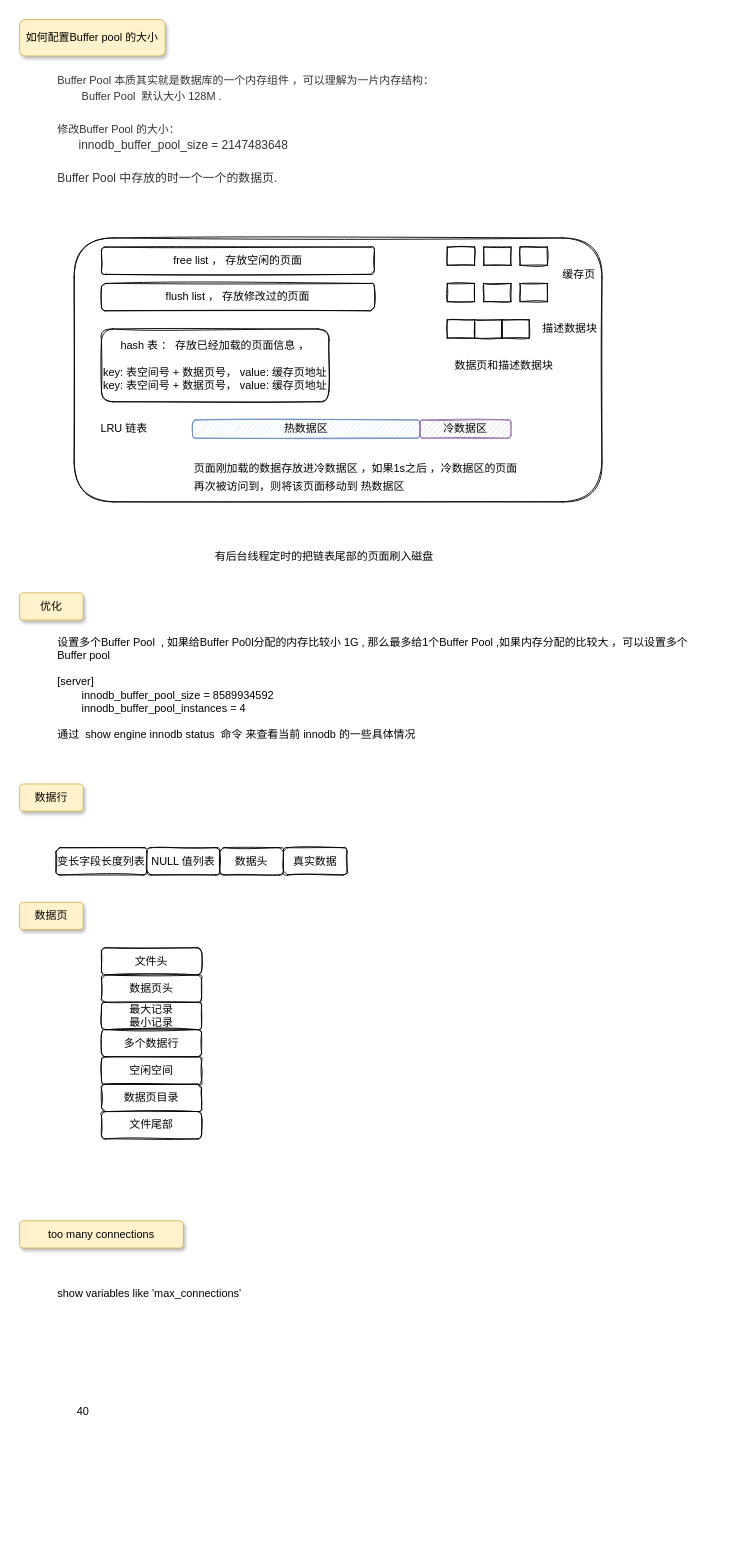
topyuluo/photo-project keeps this draw.io diagram as page "Buffer Pool" (2 of 3) of mysql 实战优化 .drawio. Above is the earlier version. Source tidied: cells renumbered, new cells numbered last; positions are measured from the earlier drawing's top-left corner, leaving out a move shared by most shapes. Both pictures are drawn from the tidied source at 91%, with x=0, y=0 at pixel (19, 19).
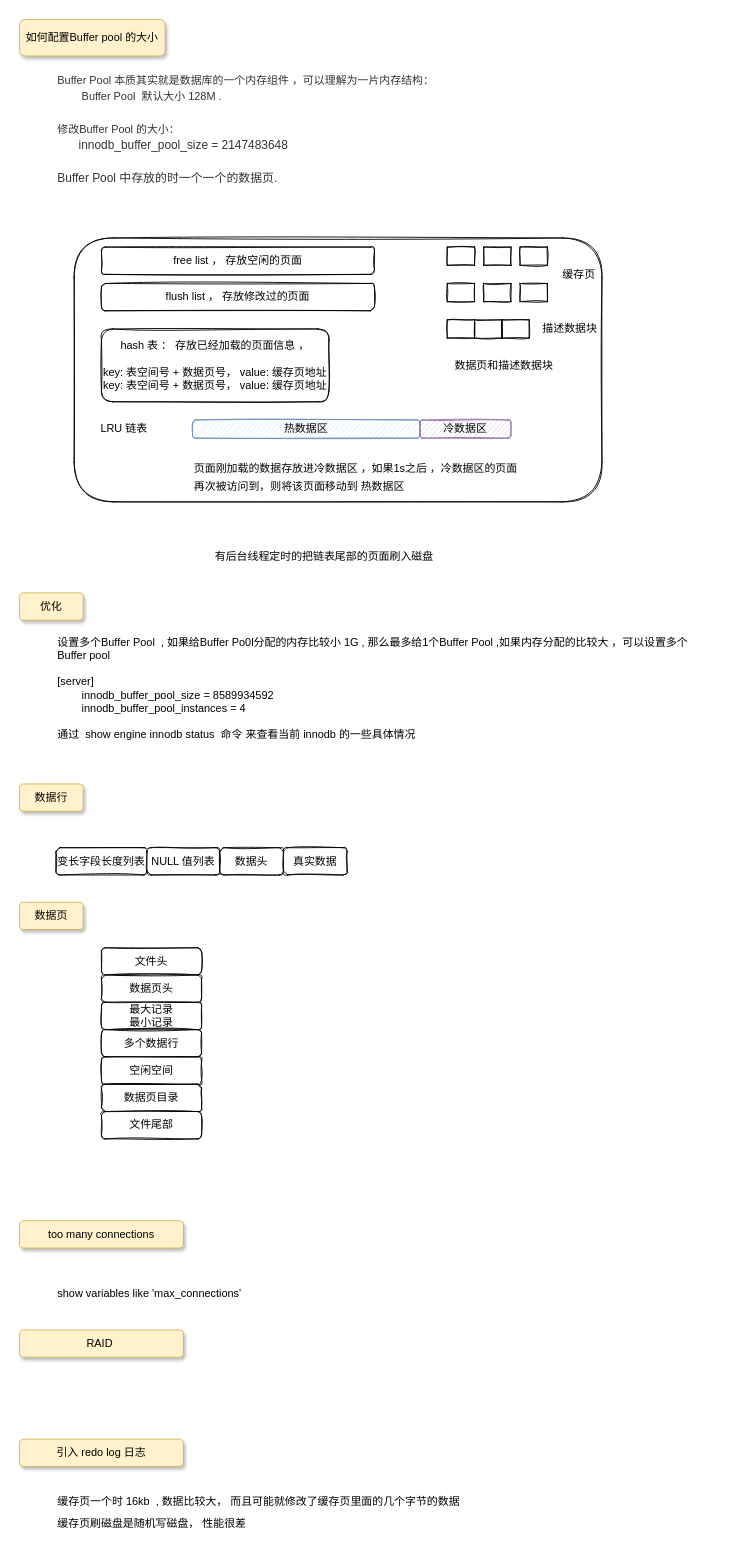
The same page after the edit.

The edit, as a diff of the source:
```diff
@@
-    <mxCell id="42" value="40" style="text;html=1;strokeColor=none;fillColor=none;align=center;verticalAlign=middle;whiteSpace=wrap;rounded=0;sketch=1;" parent="1" vertex="1">
-      <mxGeometry x="50" y="1520" width="40" height="20" as="geometry" />
-    </mxCell>
+    <mxCell id="43" value="RAID&amp;nbsp;" style="rounded=1;whiteSpace=wrap;html=1;shadow=1;fillColor=#fff2cc;strokeColor=#d6b656;" parent="1" vertex="1">
+      <mxGeometry y="1440" width="180" height="30" as="geometry" />
+    </mxCell>
+    <mxCell id="44" value="引入 redo log 日志" style="rounded=1;whiteSpace=wrap;html=1;shadow=1;fillColor=#fff2cc;strokeColor=#d6b656;" parent="1" vertex="1">
+      <mxGeometry y="1560" width="180" height="30" as="geometry" />
+    </mxCell>
+    <mxCell id="45" value="&lt;p style=&quot;line-height: 200%&quot;&gt;缓存页一个时 16kb&amp;nbsp; , 数据比较大， 而且可能就修改了缓存页里面的几个字节的数据&amp;nbsp;&lt;br&gt;缓存页刷磁盘是随机写磁盘， 性能很差&amp;nbsp;&lt;/p&gt;" style="text;html=1;strokeColor=none;fillColor=none;align=left;verticalAlign=middle;whiteSpace=wrap;rounded=0;sketch=1;" parent="1" vertex="1">
+      <mxGeometry x="40" y="1620" width="530" height="40" as="geometry" />
+    </mxCell>
```
